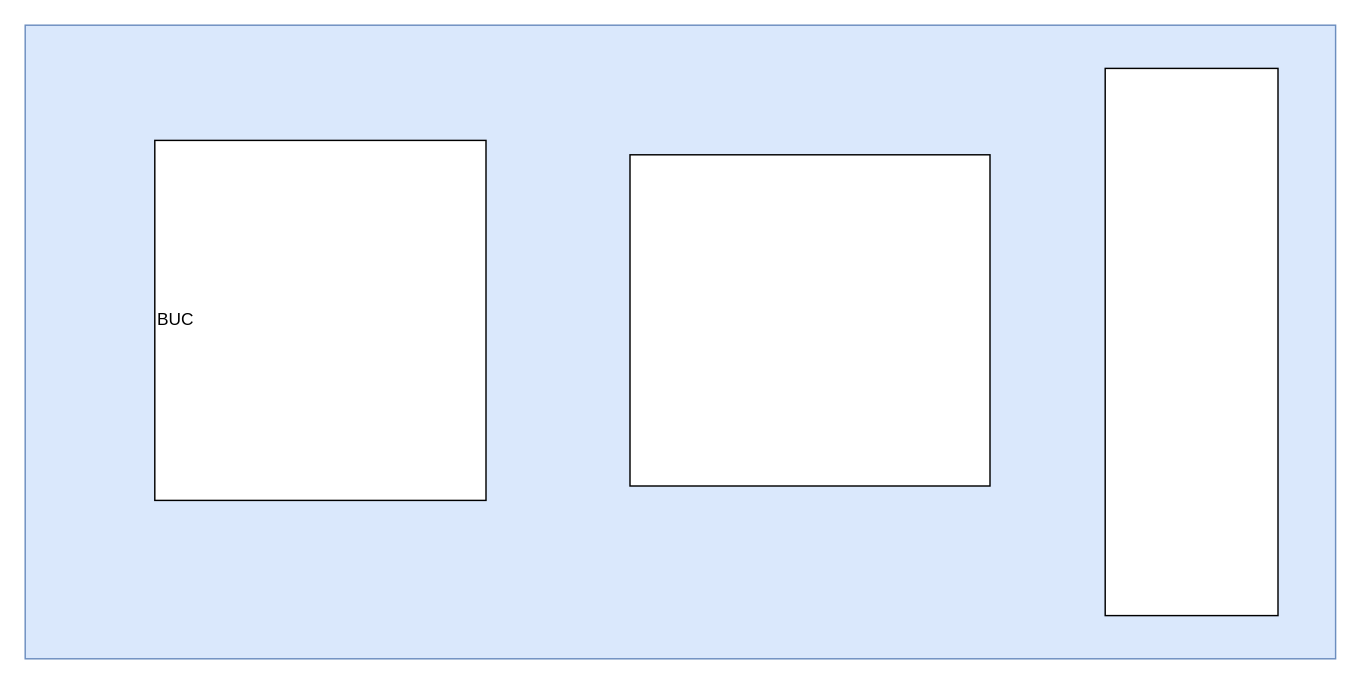
Above: Untitled Diagram.drawio in tunshiyu/HelloGithub (draw.io), before the change. Source tidied: cells renumbered, new cells numbered last; positions are measured from the earlier drawing's top-left corner, leaving out a move shared by most shapes. Both pictures are drawn from the tidied source at 144%, with x=0, y=0 at pixel (24, 24).
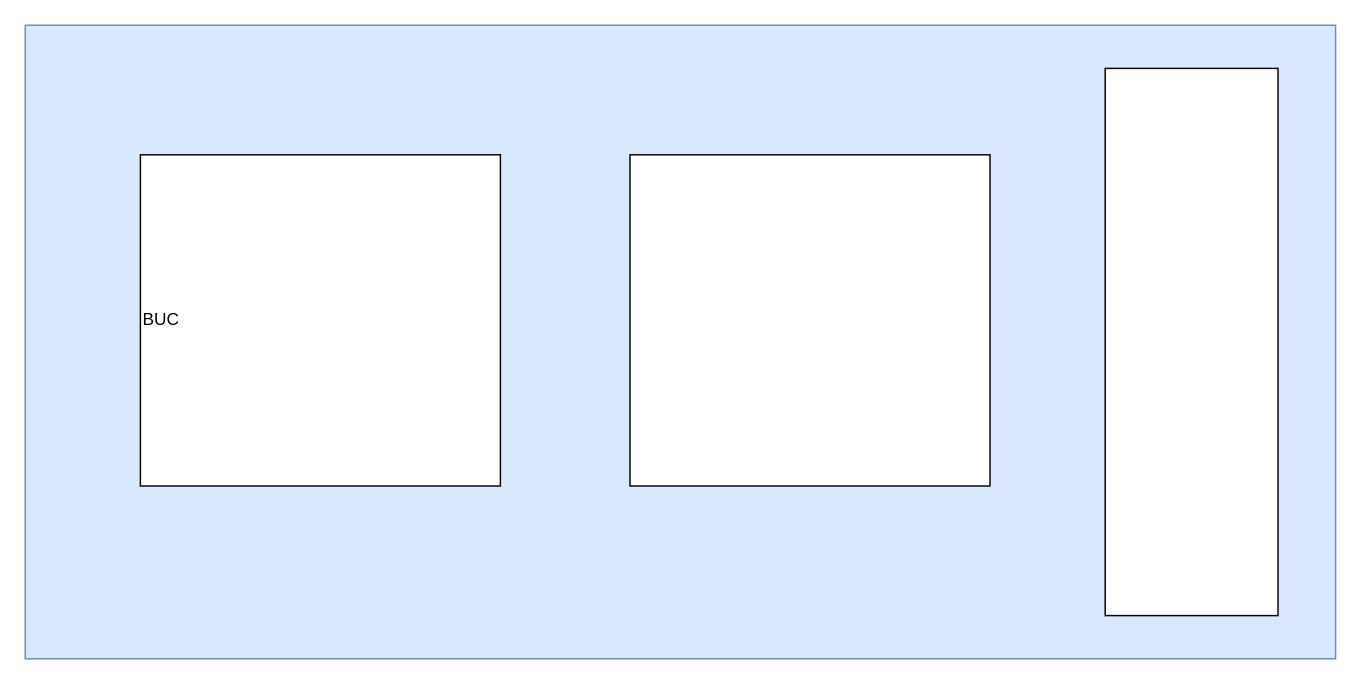
The same page after the edit.

What changed in the source:
```diff
@@
 <mxGraphModel>
   <root>
     <mxCell id="0" />
     <mxCell id="1" parent="0" />
     <mxCell id="2" style="rounded=0;whiteSpace=wrap;html=1;fillColor=#dae8fc;strokeColor=#6c8ebf;" parent="1" vertex="1">
       <mxGeometry width="910" height="440" as="geometry" />
     </mxCell>
-    <mxCell id="3" value="BUC" style="rounded=0;whiteSpace=wrap;html=1;align=left;direction=south;" parent="1" vertex="1">
-      <mxGeometry x="90" y="80" width="230" height="250" as="geometry" />
+    <mxCell id="3" value="BUC" style="rounded=0;whiteSpace=wrap;html=1;align=left;direction=west;" parent="1" vertex="1">
+      <mxGeometry x="80" y="90" width="250" height="230" as="geometry" />
     </mxCell>
     <mxCell id="4" style="rounded=0;whiteSpace=wrap;html=1;" parent="1" vertex="1">
       <mxGeometry x="750" y="30" width="120" height="380" as="geometry" />
     </mxCell>
     <mxCell id="5" style="rounded=0;whiteSpace=wrap;html=1;" parent="1" vertex="1">
       <mxGeometry x="420" y="90" width="250" height="230" as="geometry" />
     </mxCell>
   </root>
 </mxGraphModel>
```
